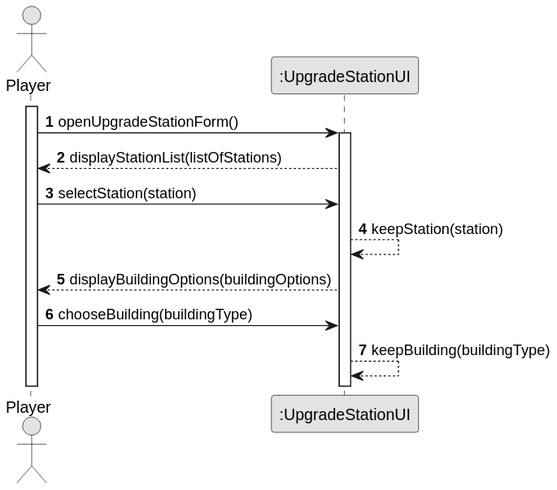
Above: docs/system-documentation/US006/03.design/svg/US006-SD-getInput.svg in goncalolopesp/sem2-pi-24.25-g093-repo (PlantUML), before the change.
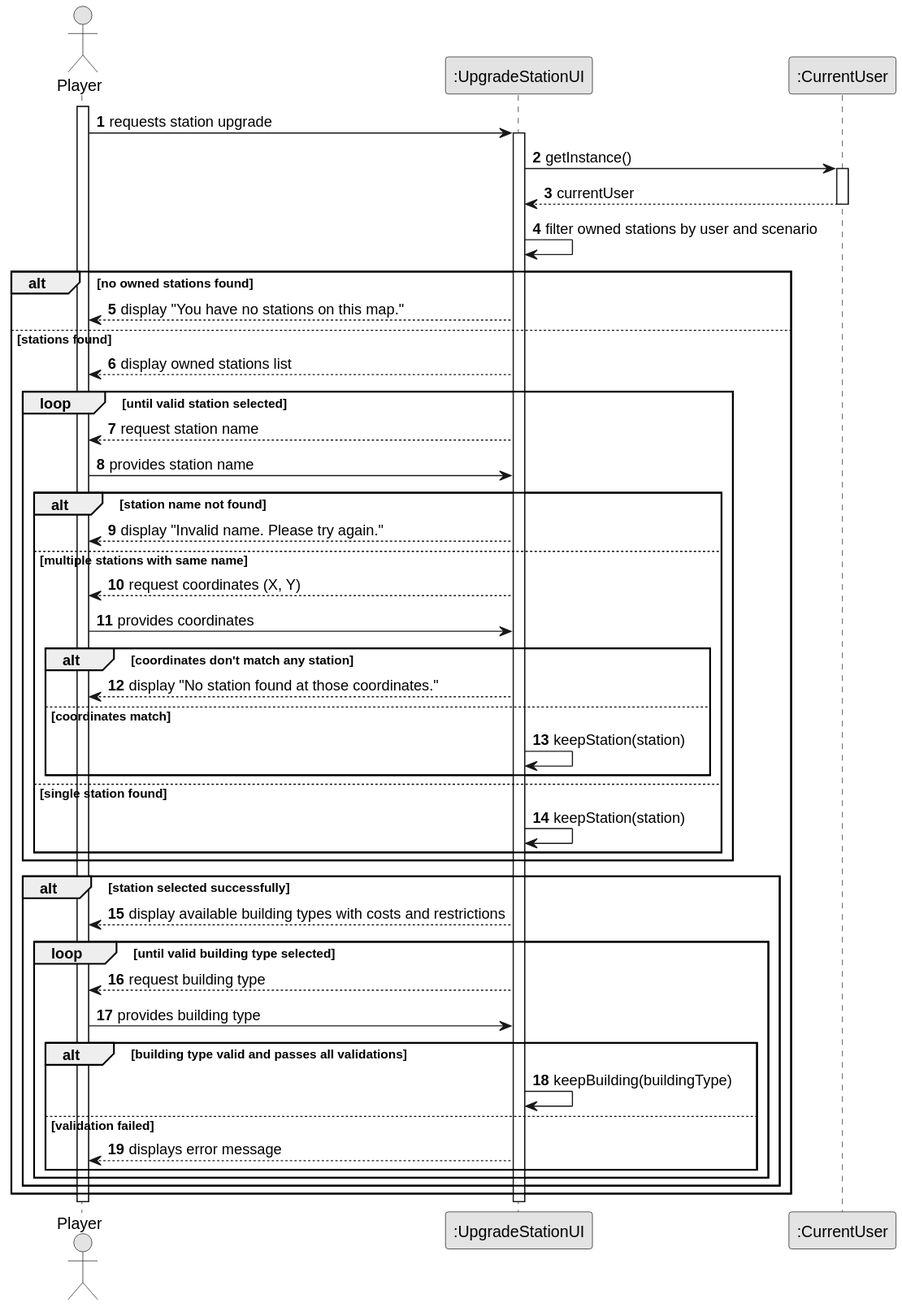
After the change.

Diff of the diagram source:
```diff
@@ -7,19 +7,61 @@
 
 actor "Player" as Player
 participant ":UpgradeStationUI" as UpgradeStationUI
+participant ":CurrentUser" as CurrentUser
 
 activate Player
 
-Player -> UpgradeStationUI : openUpgradeStationForm()
+Player -> UpgradeStationUI : requests station upgrade
 activate UpgradeStationUI
 
-UpgradeStationUI --> Player : displayStationList(listOfStations)
+UpgradeStationUI -> CurrentUser : getInstance()
+activate CurrentUser
+CurrentUser --> UpgradeStationUI : currentUser
+deactivate CurrentUser
 
-Player -> UpgradeStationUI : selectStation(station)
-UpgradeStationUI --> UpgradeStationUI: keepStation(station)
+UpgradeStationUI -> UpgradeStationUI : filter owned stations by user and scenario
 
-UpgradeStationUI --> Player : displayBuildingOptions(buildingOptions)
+alt no owned stations found
+    UpgradeStationUI --> Player : display "You have no stations on this map."
+else stations found
+    UpgradeStationUI --> Player : display owned stations list
 
-Player -> UpgradeStationUI : chooseBuilding(buildingType)
-UpgradeStationUI --> UpgradeStationUI: keepBuilding(buildingType)
+    loop until valid station selected
+        UpgradeStationUI --> Player : request station name
+        Player -> UpgradeStationUI : provides station name
+
+        alt station name not found
+            UpgradeStationUI --> Player : display "Invalid name. Please try again."
+        else multiple stations with same name
+            UpgradeStationUI --> Player : request coordinates (X, Y)
+            Player -> UpgradeStationUI : provides coordinates
+
+            alt coordinates don't match any station
+                UpgradeStationUI --> Player : display "No station found at those coordinates."
+            else coordinates match
+                UpgradeStationUI -> UpgradeStationUI : keepStation(station)
+            end
+        else single station found
+            UpgradeStationUI -> UpgradeStationUI : keepStation(station)
+        end
+    end
+
+    alt station selected successfully
+        UpgradeStationUI --> Player : display available building types with costs and restrictions
+
+        loop until valid building type selected
+            UpgradeStationUI --> Player : request building type
+            Player -> UpgradeStationUI : provides building type
+
+            alt building type valid and passes all validations
+                UpgradeStationUI -> UpgradeStationUI : keepBuilding(buildingType)
+            else validation failed
+                UpgradeStationUI --> Player : displays error message
+            end
+        end
+    end
+end
+
+deactivate UpgradeStationUI
+deactivate Player
 @enduml
```
